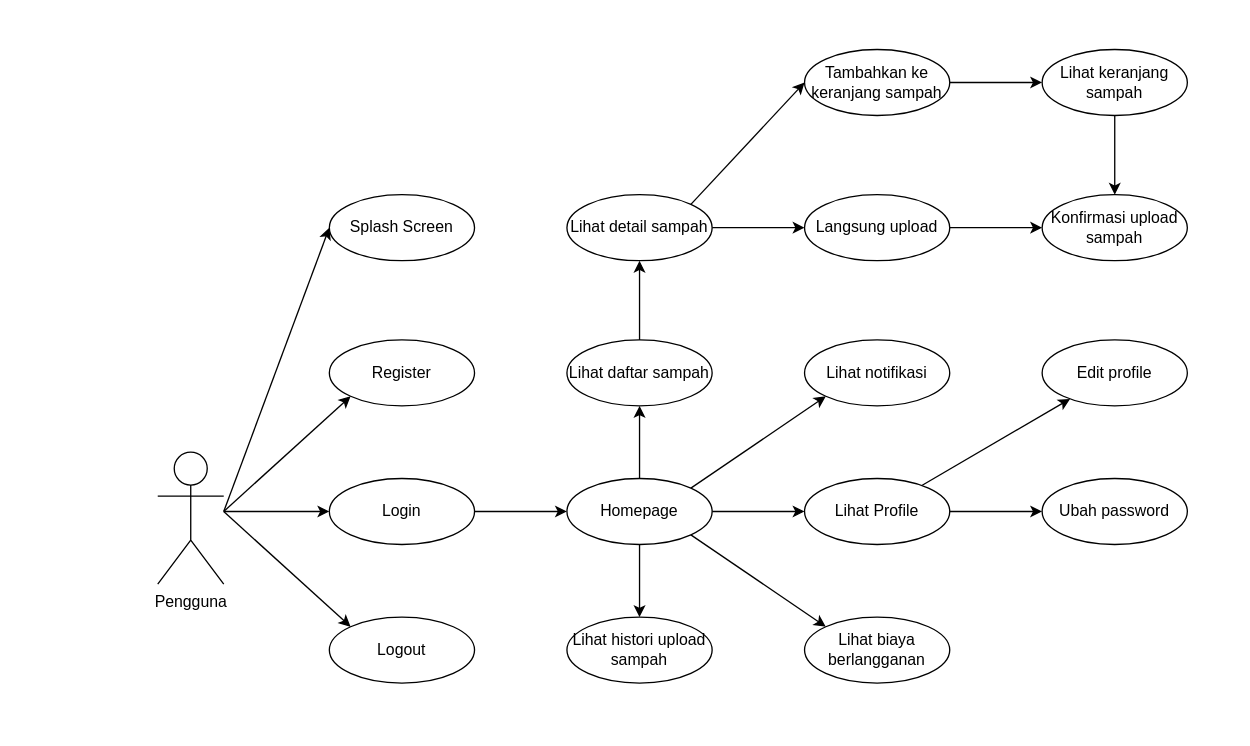
This is Skripsi - Use case.drawio from ndhruine/Diagram, a draw.io file, before an edit. Source tidied: cells renumbered, new cells numbered last; positions are measured from the earlier drawing's top-left corner, leaving out a move shared by most shapes. Both pictures are drawn from the tidied source at 132%, with x=0, y=0 at pixel (157, 49).
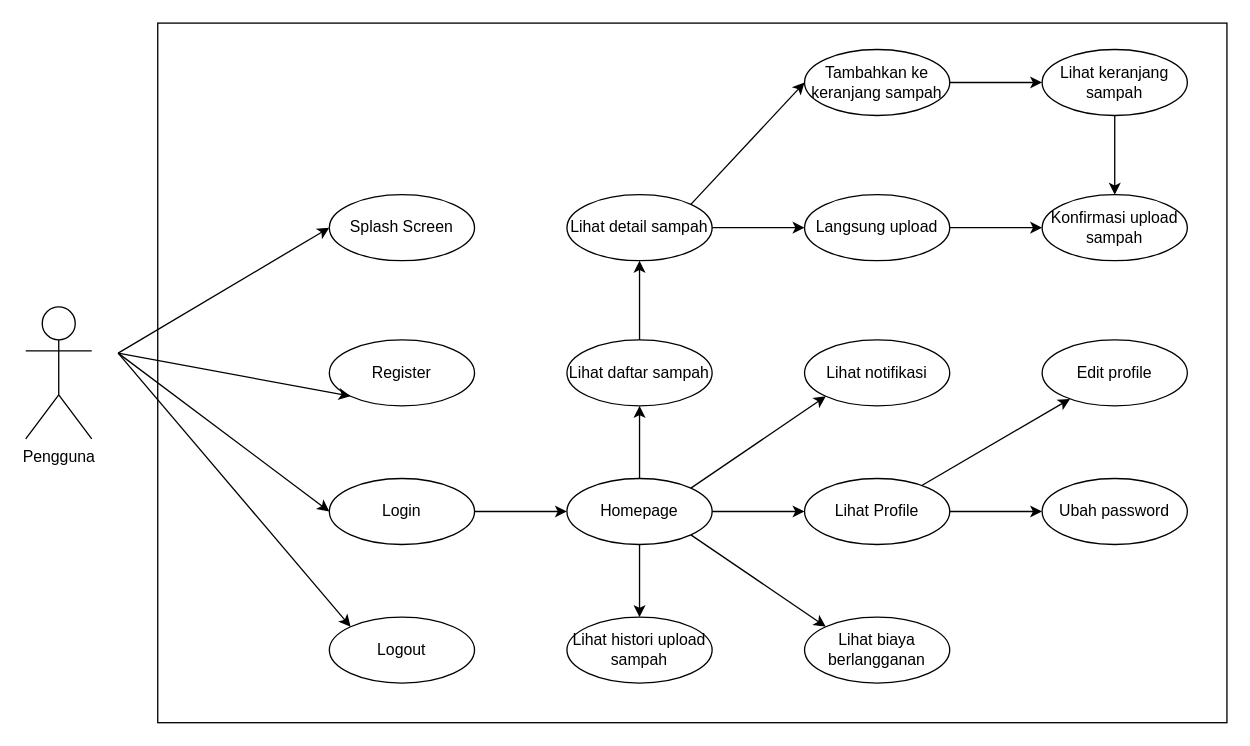
Above is the later version.

Unchanged cells that the change refers to:
```xml
<mxCell id="7" value="Login" style="ellipse;whiteSpace=wrap;html=1;" parent="1" vertex="1">
  <mxGeometry x="130" y="325" width="110" height="50" as="geometry" />
</mxCell>
<mxCell id="31" value="Logout" style="ellipse;whiteSpace=wrap;html=1;" parent="1" vertex="1">
  <mxGeometry x="130" y="430" width="110" height="50" as="geometry" />
</mxCell>
<mxCell id="33" value="Register" style="ellipse;whiteSpace=wrap;html=1;" parent="1" vertex="1">
  <mxGeometry x="130" y="220" width="110" height="50" as="geometry" />
</mxCell>
<mxCell id="35" value="Splash Screen" style="ellipse;whiteSpace=wrap;html=1;" parent="1" vertex="1">
  <mxGeometry x="130" y="110" width="110" height="50" as="geometry" />
</mxCell>
```

Change to the diagram source:
```diff
@@
+    <mxCell id="38" style="rounded=0;whiteSpace=wrap;html=1;" parent="1" vertex="1">
+      <mxGeometry y="-20" width="810" height="530" as="geometry" />
+    </mxCell>
     <mxCell id="2" style="rounded=0;jettySize=auto;html=1;entryX=0;entryY=0.5;entryDx=0;entryDy=0;" parent="1" edge="1" target="7">
       <mxGeometry relative="1" as="geometry">
-        <mxPoint x="50" y="350" as="sourcePoint" />
+        <mxPoint x="-30" y="230" as="sourcePoint" />
       </mxGeometry>
     </mxCell>
     <mxCell id="3" value="Pengguna" style="shape=umlActor;verticalLabelPosition=bottom;verticalAlign=top;html=1;" parent="1" vertex="1">
-      <mxGeometry y="305" width="50" height="100" as="geometry" />
+      <mxGeometry x="-100" y="195" width="50" height="100" as="geometry" />
     </mxCell>
@@
     <mxCell id="32" style="endArrow=classic;html=1;rounded=0;entryX=0;entryY=0;entryDx=0;entryDy=0;" parent="1" edge="1" target="31">
       <mxGeometry relative="1" as="geometry">
-        <mxPoint x="50" y="350" as="sourcePoint" />
+        <mxPoint x="-30" y="230" as="sourcePoint" />
       </mxGeometry>
     </mxCell>
@@
     <mxCell id="34" style="endArrow=classic;html=1;rounded=0;entryX=0;entryY=1;entryDx=0;entryDy=0;" parent="1" edge="1" target="33">
       <mxGeometry relative="1" as="geometry">
-        <mxPoint x="50" y="350" as="sourcePoint" />
+        <mxPoint x="-30" y="230" as="sourcePoint" />
       </mxGeometry>
     </mxCell>
@@
     <mxCell id="36" style="endArrow=classic;html=1;rounded=0;entryX=0;entryY=0.5;entryDx=0;entryDy=0;" parent="1" edge="1" target="35">
       <mxGeometry relative="1" as="geometry">
-        <mxPoint x="50" y="350" as="sourcePoint" />
+        <mxPoint x="-30" y="230" as="sourcePoint" />
       </mxGeometry>
     </mxCell>
```
